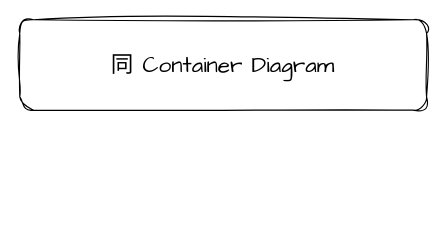
This is page "Component Diagram 组件图" (5 of 6) of HiPlayer.drawio from LeeDebug/drawio, a draw.io file, before an edit. Source tidied: cells renumbered, new cells numbered last; positions are measured from the earlier drawing's top-left corner, leaving out a move shared by most shapes. Both pictures are drawn from the tidied source at 113%, with x=0, y=0 at pixel (19, 19).
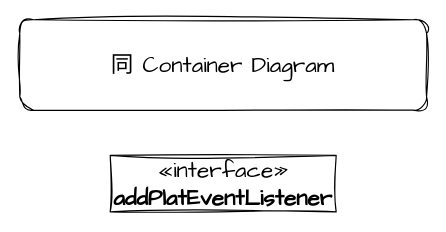
After the change.

Diff of the diagram source:
```diff
@@
 <mxGraphModel>
   <root>
     <mxCell id="0" />
     <mxCell id="1" parent="0" />
     <mxCell id="2" value="同 Container Diagram" style="rounded=1;whiteSpace=wrap;html=1;sketch=1;hachureGap=4;jiggle=2;curveFitting=1;fontFamily=Architects Daughter;fontSize=20;" parent="1" vertex="1">
       <mxGeometry width="360" height="80" as="geometry" />
     </mxCell>
+    <mxCell id="3" value="«interface»&lt;br&gt;&lt;b&gt;addPlatEventListener&lt;/b&gt;" style="html=1;whiteSpace=wrap;sketch=1;hachureGap=4;jiggle=2;curveFitting=1;fontFamily=Architects Daughter;fontSize=20;" parent="1" vertex="1">
+      <mxGeometry x="80" y="120" width="200" height="50" as="geometry" />
+    </mxCell>
   </root>
 </mxGraphModel>
```
